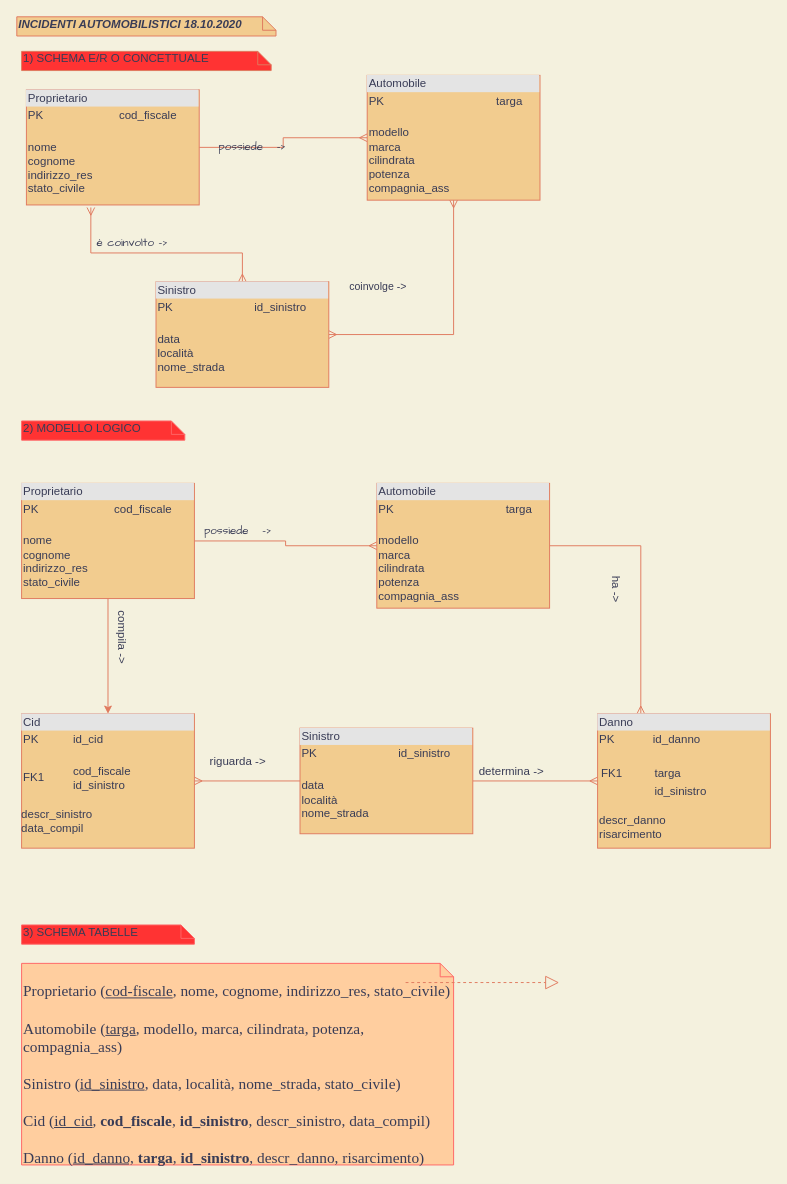
Earlier version of the draw.io diagram Untitled Diagram.drawio (claudiaamorosi/eserciziInformatica). Source tidied: cells renumbered, new cells numbered last; positions are measured from the earlier drawing's top-left corner, leaving out a move shared by most shapes. Both pictures are drawn from the tidied source at 96%, with x=0, y=0 at pixel (16, 16).
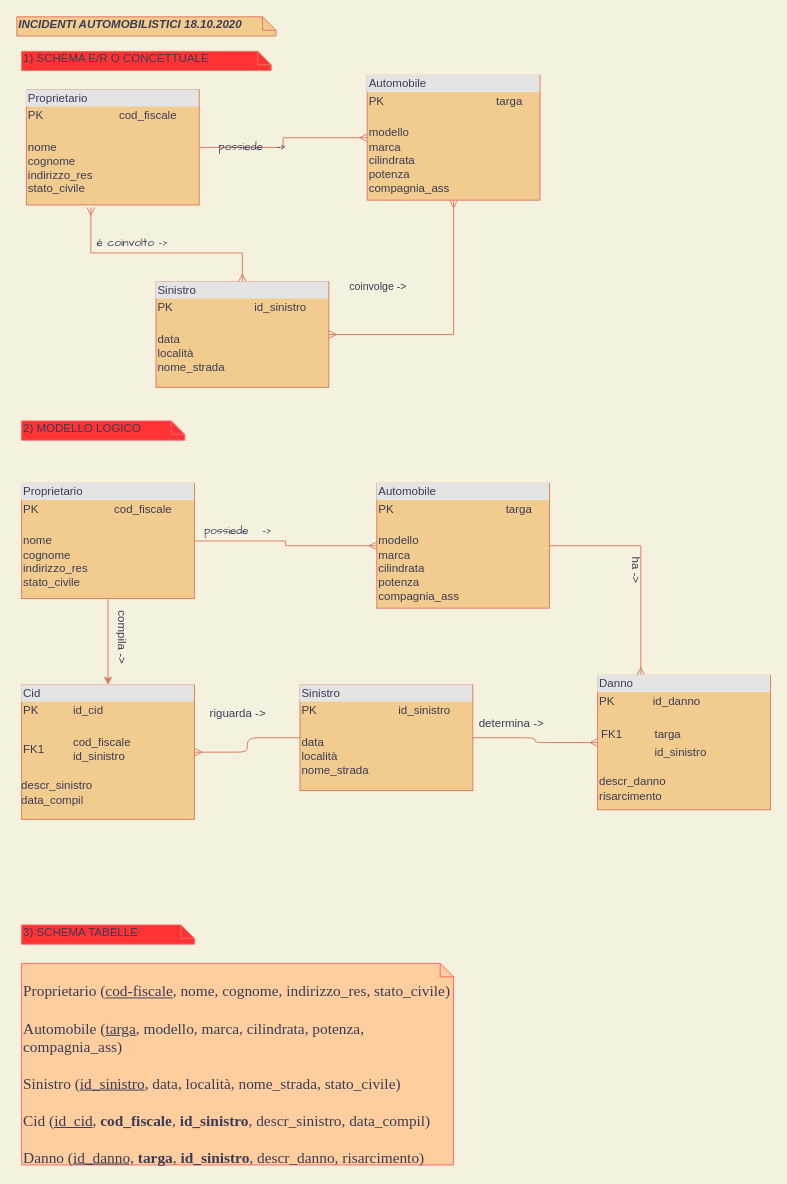
After the change.

The edit, as a diff of the source:
```diff
@@
     <mxCell id="19" value="&lt;div style=&quot;box-sizing: border-box ; width: 100% ; background: #e4e4e4 ; padding: 2px&quot;&gt;Sinistro&lt;/div&gt;&lt;table style=&quot;width: 100% ; font-size: 1em&quot; cellpadding=&quot;2&quot; cellspacing=&quot;0&quot;&gt;&lt;tbody&gt;&lt;tr&gt;&lt;td&gt;PK&lt;/td&gt;&lt;td&gt;id_sinistro&lt;/td&gt;&lt;/tr&gt;&lt;tr&gt;&lt;td&gt;&lt;br&gt;data&lt;br&gt;località&lt;br&gt;nome_strada&lt;/td&gt;&lt;td&gt;&lt;/td&gt;&lt;/tr&gt;&lt;/tbody&gt;&lt;/table&gt;" style="verticalAlign=top;align=left;overflow=fill;html=1;labelBackgroundColor=none;strokeColor=#E07A5F;fontFamily=Helvetica;fillColor=#F2CC8F;fontColor=#393C56;" parent="1" vertex="1">
-      <mxGeometry x="295" y="741" width="180" height="110" as="geometry" />
+      <mxGeometry x="295" y="696" width="180" height="110" as="geometry" />
     </mxCell>
@@
     <mxCell id="23" value="&lt;div style=&quot;box-sizing: border-box ; width: 100% ; background: #e4e4e4 ; padding: 2px&quot;&gt;Danno&lt;/div&gt;&lt;table style=&quot;width: 100% ; font-size: 1em&quot; cellpadding=&quot;2&quot; cellspacing=&quot;0&quot;&gt;&lt;tbody&gt;&lt;tr&gt;&lt;td&gt;PK&amp;nbsp; &amp;nbsp; &amp;nbsp; &amp;nbsp; &amp;nbsp; &amp;nbsp; id_danno&lt;/td&gt;&lt;td&gt;&lt;br&gt;&lt;/td&gt;&lt;/tr&gt;&lt;tr&gt;&lt;td&gt;&lt;br&gt;&lt;table cellpadding=&quot;2&quot; cellspacing=&quot;0&quot; style=&quot;font-size: 1em ; width: 180px&quot;&gt;&lt;tbody&gt;&lt;tr&gt;&lt;td&gt;FK1&lt;/td&gt;&lt;td&gt;targa&lt;/td&gt;&lt;/tr&gt;&lt;tr&gt;&lt;td&gt;&lt;/td&gt;&lt;td&gt;id_sinistro&lt;/td&gt;&lt;/tr&gt;&lt;/tbody&gt;&lt;/table&gt;&amp;nbsp; &amp;nbsp;&lt;br&gt;descr_danno&lt;br&gt;risarcimento&lt;br&gt;&lt;br&gt;&lt;/td&gt;&lt;td&gt;&lt;/td&gt;&lt;/tr&gt;&lt;tr&gt;&lt;td&gt;&lt;/td&gt;&lt;td&gt;&lt;br&gt;&lt;br&gt;&lt;br&gt;&lt;/td&gt;&lt;/tr&gt;&lt;/tbody&gt;&lt;/table&gt;" style="verticalAlign=top;align=left;overflow=fill;html=1;labelBackgroundColor=none;strokeColor=#E07A5F;fontFamily=Helvetica;fillColor=#F2CC8F;fontColor=#393C56;" parent="1" vertex="1">
-      <mxGeometry x="605" y="726" width="180" height="140" as="geometry" />
+      <mxGeometry x="605" y="686" width="180" height="140" as="geometry" />
     </mxCell>
     <mxCell id="24" value="&lt;div style=&quot;box-sizing: border-box ; width: 100% ; background: #e4e4e4 ; padding: 2px&quot;&gt;Cid&lt;/div&gt;&lt;table style=&quot;width: 100% ; font-size: 1em&quot; cellpadding=&quot;2&quot; cellspacing=&quot;0&quot;&gt;&lt;tbody&gt;&lt;tr&gt;&lt;td&gt;PK&lt;/td&gt;&lt;td&gt;id_cid&lt;/td&gt;&lt;/tr&gt;&lt;tr&gt;&lt;td&gt;FK1&lt;/td&gt;&lt;td&gt;&lt;br&gt;cod_fiscale&lt;br&gt;id_sinistro&lt;br&gt;&lt;br&gt;&lt;/td&gt;&lt;/tr&gt;&lt;/tbody&gt;&lt;/table&gt;descr_sinistro&lt;br&gt;data_compil" style="verticalAlign=top;align=left;overflow=fill;html=1;labelBackgroundColor=none;strokeColor=#E07A5F;fontFamily=Helvetica;fillColor=#F2CC8F;fontColor=#393C56;" parent="1" vertex="1">
-      <mxGeometry x="5" y="726" width="180" height="140" as="geometry" />
+      <mxGeometry x="5" y="696" width="180" height="140" as="geometry" />
     </mxCell>
     <mxCell id="25" value="riguarda -&amp;gt;" style="text;html=1;align=center;verticalAlign=middle;fontColor=#393C56;" parent="1" vertex="1">
-      <mxGeometry x="195" y="766" width="70" height="20" as="geometry" />
+      <mxGeometry x="195" y="716" width="70" height="20" as="geometry" />
     </mxCell>
     <mxCell id="26" value="determina -&amp;gt;" style="text;html=1;align=center;verticalAlign=middle;fontColor=#393C56;" parent="1" vertex="1">
-      <mxGeometry x="475" y="776" width="80" height="20" as="geometry" />
+      <mxGeometry x="475" y="726" width="80" height="20" as="geometry" />
     </mxCell>
@@
     <mxCell id="28" value="ha -&amp;gt;" style="text;html=1;align=center;verticalAlign=middle;fontColor=#393C56;rotation=90;" parent="1" vertex="1">
-      <mxGeometry x="605" y="586" width="40" height="20" as="geometry" />
+      <mxGeometry x="625" y="566" width="40" height="20" as="geometry" />
     </mxCell>
@@
-    <mxCell id="31" style="endArrow=block;dashed=1;endFill=0;endSize=12;html=1;strokeColor=#E07A5F;fillColor=#F2CC8F;fontColor=#393C56;" parent="1" edge="1">
-      <mxGeometry relative="1" as="geometry">
-        <mxPoint x="405" y="1006" as="sourcePoint" />
-        <mxPoint x="565" y="1006" as="targetPoint" />
-      </mxGeometry>
-    </mxCell>
```
